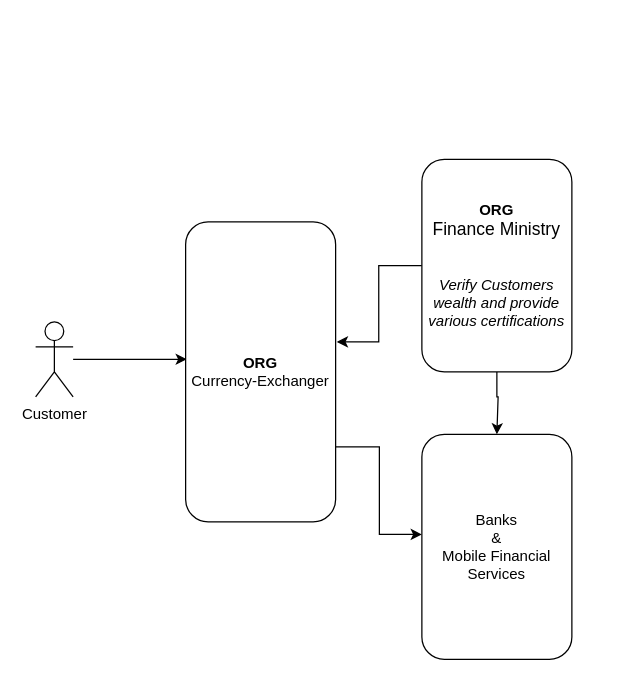
The draw.io diagram currency-exchange.drawio in xack20/xack20, before the edit. Source tidied: cells renumbered, new cells numbered last; positions are measured from the earlier drawing's top-left corner, leaving out a move shared by most shapes. Both pictures are drawn from the tidied source at 125%, with x=0, y=0 at pixel (35, 159).
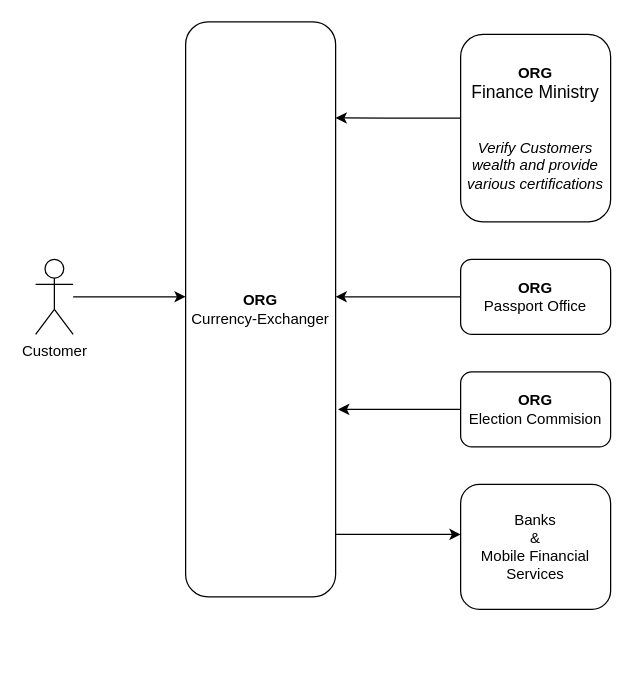
The same diagram, later.

Diff of the diagram source:
```diff
@@
 <mxGraphModel>
   <root>
     <mxCell id="0" />
     <mxCell id="1" parent="0" />
-    <mxCell id="2" style="edgeStyle=orthogonalEdgeStyle;rounded=0;jettySize=auto;html=1;entryX=0.008;entryY=0.458;entryDx=0;entryDy=0;entryPerimeter=0;" parent="1" edge="1" source="3" target="5">
+    <mxCell id="2" style="edgeStyle=orthogonalEdgeStyle;rounded=0;jettySize=auto;html=1;entryX=0;entryY=0.478;entryDx=0;entryDy=0;entryPerimeter=0;" parent="1" edge="1" source="3" target="5">
       <mxGeometry relative="1" as="geometry" />
     </mxCell>
     <mxCell id="3" value="&lt;div&gt;Customer&lt;/div&gt;&lt;div&gt;&lt;br&gt;&lt;/div&gt;" style="shape=umlActor;verticalLabelPosition=bottom;verticalAlign=top;html=1;outlineConnect=0;" parent="1" vertex="1">
-      <mxGeometry y="130" width="30" height="60" as="geometry" />
+      <mxGeometry y="80" width="30" height="60" as="geometry" />
     </mxCell>
     <mxCell id="4" style="edgeStyle=orthogonalEdgeStyle;rounded=0;jettySize=auto;html=1;" parent="1" edge="1" source="5" target="9">
       <mxGeometry relative="1" as="geometry">
         <Array as="points">
-          <mxPoint x="275" y="230" />
-          <mxPoint x="275" y="300" />
+          <mxPoint x="260" y="300" />
+          <mxPoint x="260" y="300" />
         </Array>
       </mxGeometry>
     </mxCell>
-    <mxCell id="5" value="&lt;b&gt;ORG&lt;/b&gt;&lt;br&gt;Currency-Exchanger" style="rounded=1;whiteSpace=wrap;html=1;" parent="1" vertex="1">
-      <mxGeometry x="120" y="50" width="120" height="240" as="geometry" />
+    <mxCell id="5" value="&lt;div&gt;&lt;b&gt;ORG&lt;/b&gt;&lt;/div&gt;Currency-Exchanger" style="rounded=1;whiteSpace=wrap;html=1;" parent="1" vertex="1">
+      <mxGeometry x="120" y="-110" width="120" height="460" as="geometry" />
     </mxCell>
-    <mxCell id="6" style="edgeStyle=orthogonalEdgeStyle;rounded=0;jettySize=auto;html=1;entryX=1.008;entryY=0.4;entryDx=0;entryDy=0;entryPerimeter=0;" parent="1" edge="1" source="8" target="5">
-      <mxGeometry relative="1" as="geometry" />
+    <mxCell id="6" style="edgeStyle=orthogonalEdgeStyle;rounded=0;jettySize=auto;html=1;entryX=1;entryY=0.167;entryDx=0;entryDy=0;entryPerimeter=0;" parent="1" edge="1" source="8" target="5">
+      <mxGeometry relative="1" as="geometry">
+        <Array as="points">
+          <mxPoint x="280" y="-33" />
+          <mxPoint x="280" y="-33" />
+        </Array>
+      </mxGeometry>
     </mxCell>
-    <mxCell id="7" style="edgeStyle=orthogonalEdgeStyle;rounded=0;jettySize=auto;html=1;entryX=0.5;entryY=0;entryDx=0;entryDy=0;" parent="1" edge="1" source="8" target="9">
-      <mxGeometry relative="1" as="geometry">
-        <Array as="points">
-          <mxPoint x="369" y="190" />
-          <mxPoint x="370" y="190" />
-        </Array>
-      </mxGeometry>
-    </mxCell>
     <mxCell id="8" value="&lt;div&gt;&lt;b&gt;ORG&lt;/b&gt;&lt;br&gt;&lt;font style=&quot;font-size: 14px&quot;&gt;Finance Ministry&lt;/font&gt;&lt;/div&gt;&lt;br&gt;&lt;br&gt;&lt;div&gt;&lt;i&gt;Verify Customers wealth and provide various certifications&lt;/i&gt;&lt;/div&gt;" style="rounded=1;whiteSpace=wrap;html=1;" parent="1" vertex="1">
-      <mxGeometry x="309" width="120" height="170" as="geometry" />
+      <mxGeometry x="340" y="-100" width="120" height="150" as="geometry" />
     </mxCell>
     <mxCell id="9" value="&lt;div&gt;Banks&lt;/div&gt;&lt;div&gt;&amp;amp;&lt;/div&gt;&lt;div&gt;Mobile Financial Services&lt;br&gt;&lt;/div&gt;" style="rounded=1;whiteSpace=wrap;html=1;" parent="1" vertex="1">
-      <mxGeometry x="309" y="220" width="120" height="180" as="geometry" />
+      <mxGeometry x="340" y="260" width="120" height="100" as="geometry" />
     </mxCell>
+    <mxCell id="10" style="edgeStyle=orthogonalEdgeStyle;rounded=0;jettySize=auto;html=1;entryX=1;entryY=0.478;entryDx=0;entryDy=0;entryPerimeter=0;" parent="1" edge="1" source="11" target="5">
+      <mxGeometry relative="1" as="geometry" />
+    </mxCell>
+    <mxCell id="11" value="&lt;div&gt;&lt;b&gt;ORG&lt;/b&gt;&lt;/div&gt;&lt;div&gt;Passport Office&lt;br&gt;&lt;/div&gt;" style="rounded=1;whiteSpace=wrap;html=1;" parent="1" vertex="1">
+      <mxGeometry x="340" y="80" width="120" height="60" as="geometry" />
+    </mxCell>
+    <mxCell id="12" style="edgeStyle=orthogonalEdgeStyle;rounded=0;jettySize=auto;html=1;" parent="1" edge="1" source="13">
+      <mxGeometry relative="1" as="geometry">
+        <mxPoint x="242" y="200" as="targetPoint" />
+      </mxGeometry>
+    </mxCell>
+    <mxCell id="13" value="&lt;div&gt;&lt;b&gt;ORG&lt;/b&gt;&lt;/div&gt;&lt;div&gt;Election Commision&lt;br&gt;&lt;b&gt;&lt;/b&gt;&lt;/div&gt;" style="rounded=1;whiteSpace=wrap;html=1;" parent="1" vertex="1">
+      <mxGeometry x="340" y="170" width="120" height="60" as="geometry" />
+    </mxCell>
   </root>
 </mxGraphModel>
```
